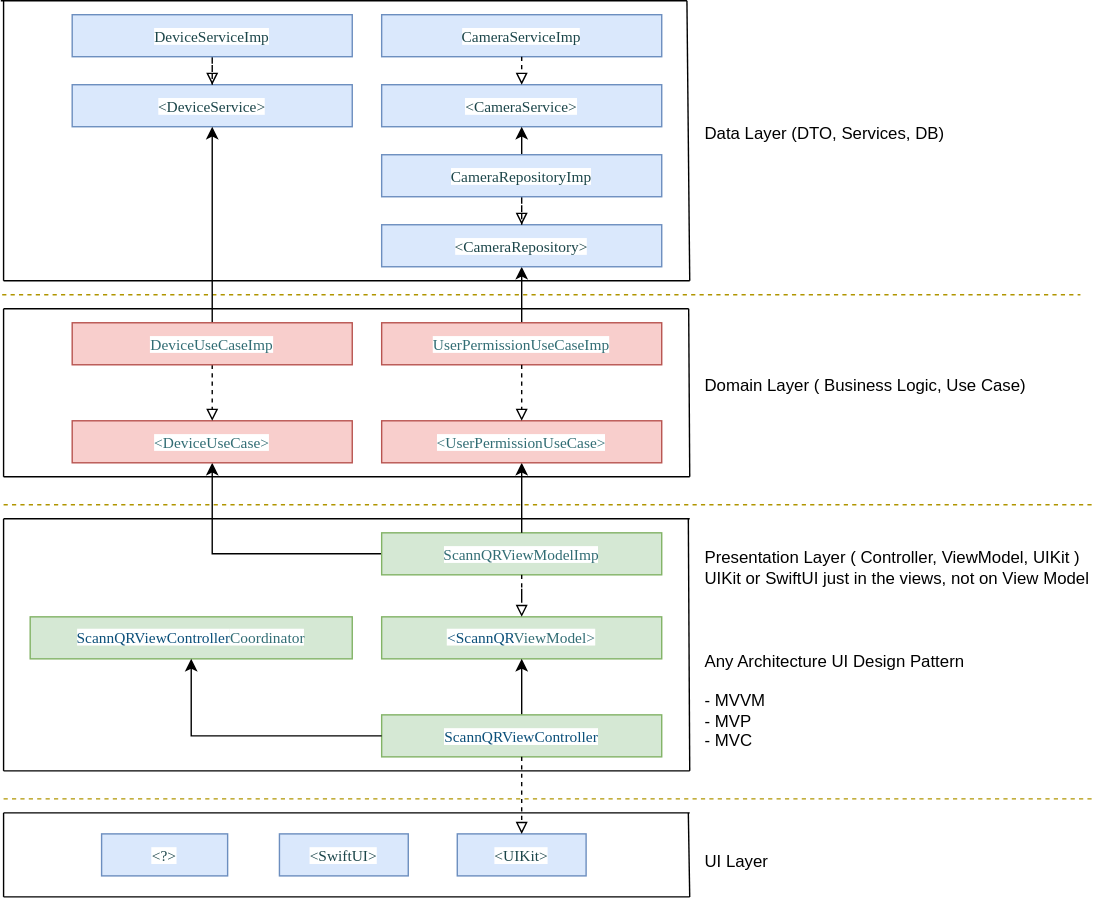
Before: README_files/clean_architecture.svg, a diagram exported from draw.io (gmoral/qr). Source tidied: cells renumbered, new cells last; positions are measured from the earlier drawing's top-left corner, leaving out a move shared by most shapes.
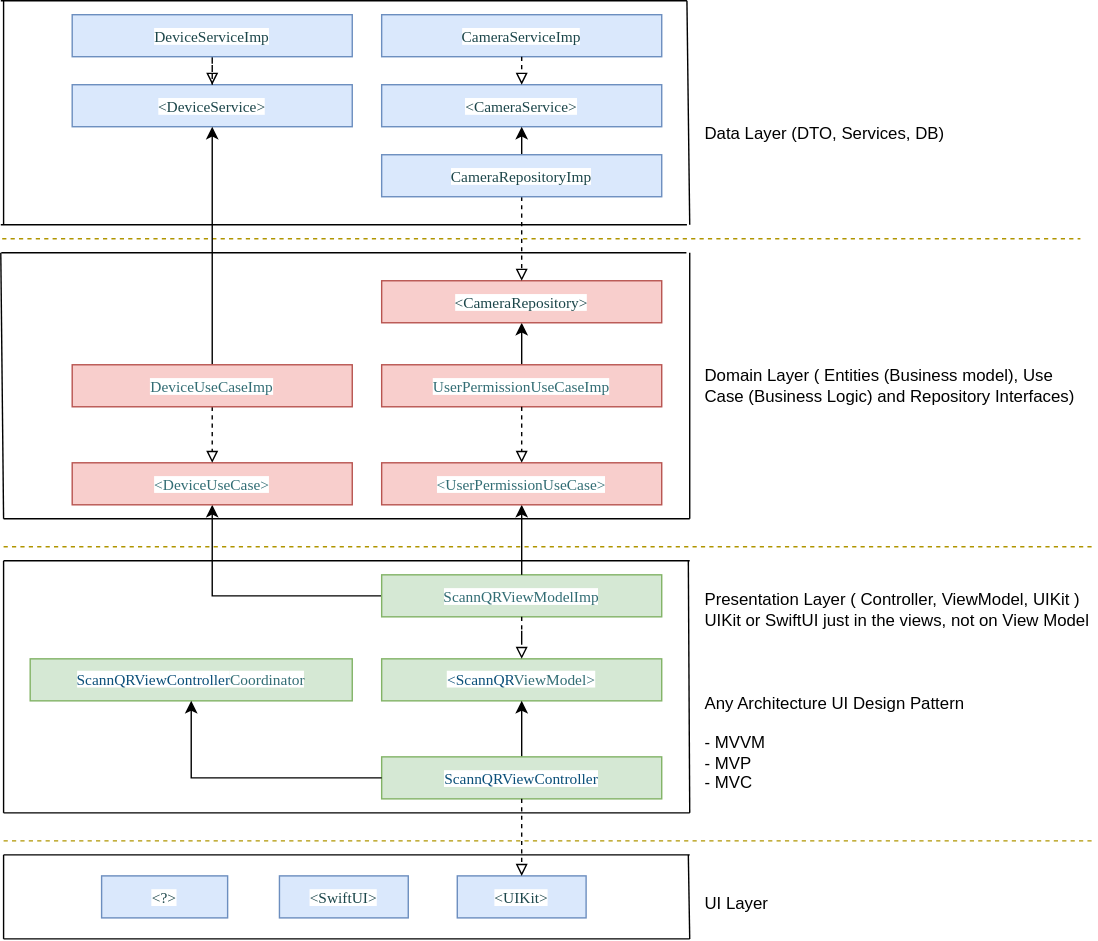
The same file after the commit.

Change to the diagram source:
```diff
@@ -3,10 +3,10 @@
     <mxCell id="0" />
     <mxCell id="1" parent="0" />
     <mxCell id="2" value="Data Layer (DTO, Services, DB)" style="text;html=1;strokeColor=none;fillColor=none;align=left;verticalAlign=middle;whiteSpace=wrap;rounded=0;" parent="1" vertex="1">
-      <mxGeometry x="501" y="80" width="240" height="30" as="geometry" />
+      <mxGeometry x="501" y="50" width="240" height="30" as="geometry" />
     </mxCell>
-    <mxCell id="3" value="Domain Layer ( Business Logic, Use Case)" style="text;html=1;strokeColor=none;fillColor=none;align=left;verticalAlign=middle;whiteSpace=wrap;rounded=0;" parent="1" vertex="1">
-      <mxGeometry x="501" y="260" width="270" height="30" as="geometry" />
+    <mxCell id="3" value="Domain Layer ( Entities (Business model), Use Case (Business Logic) and Repository Interfaces)" style="text;html=1;strokeColor=none;fillColor=none;align=left;verticalAlign=middle;whiteSpace=wrap;rounded=0;" parent="1" vertex="1">
+      <mxGeometry x="501" y="230" width="270" height="30" as="geometry" />
     </mxCell>
     <mxCell id="4" value="Presentation Layer ( Controller, ViewModel, UIKit )&lt;br&gt;UIKit or SwiftUI just in the views, not on View Model" style="text;html=1;strokeColor=none;fillColor=none;align=left;verticalAlign=middle;whiteSpace=wrap;rounded=0;" parent="1" vertex="1">
       <mxGeometry x="501" y="390" width="281" height="30" as="geometry" />
@@ -16,8 +16,8 @@
     </mxCell>
     <mxCell id="6" style="endArrow=none;dashed=1;html=1;rounded=0;fillColor=#e3c800;strokeColor=#B09500;" parent="1" edge="1">
       <mxGeometry relative="1" as="geometry">
-        <mxPoint x="1" y="210" as="sourcePoint" />
-        <mxPoint x="771" y="210" as="targetPoint" />
+        <mxPoint x="1" y="140" as="sourcePoint" />
+        <mxPoint x="771" y="140" as="targetPoint" />
       </mxGeometry>
     </mxCell>
     <mxCell id="7" style="endArrow=none;dashed=1;html=1;rounded=0;fillColor=#e3c800;strokeColor=#B09500;" parent="1" edge="1">
@@ -109,33 +109,33 @@
     </mxCell>
     <mxCell id="26" style="endArrow=none;html=1;rounded=0;" parent="1" edge="1">
       <mxGeometry relative="1" as="geometry">
-        <mxPoint as="sourcePoint" />
-        <mxPoint x="490" as="targetPoint" />
+        <mxPoint y="-30" as="sourcePoint" />
+        <mxPoint x="490" y="-30" as="targetPoint" />
       </mxGeometry>
     </mxCell>
     <mxCell id="27" style="endArrow=none;html=1;rounded=0;" parent="1" edge="1">
       <mxGeometry relative="1" as="geometry">
-        <mxPoint x="2" y="200" as="sourcePoint" />
-        <mxPoint x="492" y="200" as="targetPoint" />
+        <mxPoint y="130" as="sourcePoint" />
+        <mxPoint x="490" y="130" as="targetPoint" />
       </mxGeometry>
     </mxCell>
     <mxCell id="28" style="endArrow=none;html=1;rounded=0;" parent="1" edge="1">
       <mxGeometry relative="1" as="geometry">
-        <mxPoint x="2" as="sourcePoint" />
-        <mxPoint x="2" y="200" as="targetPoint" />
+        <mxPoint x="2" y="-30" as="sourcePoint" />
+        <mxPoint x="2" y="130" as="targetPoint" />
       </mxGeometry>
     </mxCell>
     <mxCell id="29" style="endArrow=none;html=1;rounded=0;" parent="1" edge="1">
       <mxGeometry relative="1" as="geometry">
-        <mxPoint x="490" as="sourcePoint" />
-        <mxPoint x="492" y="200" as="targetPoint" />
+        <mxPoint x="490" y="-30" as="sourcePoint" />
+        <mxPoint x="492" y="130" as="targetPoint" />
       </mxGeometry>
     </mxCell>
     <mxCell id="30" value="&lt;p style=&quot;margin: 0px; font-variant-numeric: normal; font-variant-east-asian: normal; font-variant-alternates: normal; font-kerning: auto; font-optical-sizing: auto; font-feature-settings: normal; font-variation-settings: normal; font-stretch: normal; font-size: 11px; line-height: normal; font-family: Menlo; color: rgb(28, 70, 74); background-color: rgb(255, 255, 255); text-align: start;&quot; class=&quot;p1&quot;&gt;&amp;lt;CameraService&amp;gt;&lt;/p&gt;" style="rounded=0;whiteSpace=wrap;html=1;fillColor=#dae8fc;strokeColor=#6c8ebf;" parent="1" vertex="1">
-      <mxGeometry x="272" y="60" width="200" height="30" as="geometry" />
+      <mxGeometry x="272" y="30" width="200" height="30" as="geometry" />
     </mxCell>
     <mxCell id="31" value="&lt;p style=&quot;margin: 0px; font-variant-numeric: normal; font-variant-east-asian: normal; font-variant-alternates: normal; font-kerning: auto; font-optical-sizing: auto; font-feature-settings: normal; font-variation-settings: normal; font-stretch: normal; font-size: 11px; line-height: normal; font-family: Menlo; color: rgb(28, 70, 74); background-color: rgb(255, 255, 255); text-align: start;&quot; class=&quot;p1&quot;&gt;CameraServiceImp&lt;/p&gt;" style="rounded=0;whiteSpace=wrap;html=1;fillColor=#dae8fc;strokeColor=#6c8ebf;" parent="1" vertex="1">
-      <mxGeometry x="272" y="10" width="200" height="30" as="geometry" />
+      <mxGeometry x="272" y="-20" width="200" height="30" as="geometry" />
     </mxCell>
     <mxCell id="32" style="endArrow=block;html=1;rounded=0;exitX=0.5;exitY=1;exitDx=0;exitDy=0;entryX=0.5;entryY=0;entryDx=0;entryDy=0;dashed=1;endFill=0;" parent="1" edge="1" source="31" target="30">
       <mxGeometry relative="1" as="geometry" />
@@ -159,21 +159,21 @@
       <mxGeometry x="51" y="300" width="200" height="30" as="geometry" />
     </mxCell>
     <mxCell id="39" value="&lt;p style=&quot;margin: 0px; font-variant-numeric: normal; font-variant-east-asian: normal; font-variant-alternates: normal; font-kerning: auto; font-optical-sizing: auto; font-feature-settings: normal; font-variation-settings: normal; font-stretch: normal; font-size: 11px; line-height: normal; font-family: Menlo; color: rgb(28, 70, 74); background-color: rgb(255, 255, 255); text-align: start;&quot; class=&quot;p1&quot;&gt;&amp;lt;DeviceService&amp;gt;&lt;/p&gt;" style="rounded=0;whiteSpace=wrap;html=1;fillColor=#dae8fc;strokeColor=#6c8ebf;" parent="1" vertex="1">
-      <mxGeometry x="51" y="60" width="200" height="30" as="geometry" />
+      <mxGeometry x="51" y="30" width="200" height="30" as="geometry" />
     </mxCell>
     <mxCell id="40" style="edgeStyle=orthogonalEdgeStyle;rounded=0;jettySize=auto;html=1;dashed=1;fontSize=12;endArrow=block;endFill=0;" parent="1" edge="1" source="41" target="39">
       <mxGeometry relative="1" as="geometry" />
     </mxCell>
     <mxCell id="41" value="&lt;p style=&quot;margin: 0px; font-variant-numeric: normal; font-variant-east-asian: normal; font-variant-alternates: normal; font-kerning: auto; font-optical-sizing: auto; font-feature-settings: normal; font-variation-settings: normal; font-stretch: normal; font-size: 11px; line-height: normal; font-family: Menlo; color: rgb(28, 70, 74); background-color: rgb(255, 255, 255); text-align: start;&quot; class=&quot;p1&quot;&gt;DeviceServiceImp&lt;/p&gt;" style="rounded=0;whiteSpace=wrap;html=1;fillColor=#dae8fc;strokeColor=#6c8ebf;" parent="1" vertex="1">
-      <mxGeometry x="51" y="10" width="200" height="30" as="geometry" />
+      <mxGeometry x="51" y="-20" width="200" height="30" as="geometry" />
     </mxCell>
     <mxCell id="42" style="edgeStyle=orthogonalEdgeStyle;rounded=0;jettySize=auto;html=1;fontSize=12;entryX=0.5;entryY=1;entryDx=0;entryDy=0;" parent="1" edge="1" source="52" target="39">
       <mxGeometry relative="1" as="geometry" />
     </mxCell>
     <mxCell id="43" style="endArrow=none;html=1;rounded=0;" parent="1" edge="1">
       <mxGeometry relative="1" as="geometry">
-        <mxPoint x="2" y="220" as="sourcePoint" />
-        <mxPoint x="491.3" y="220" as="targetPoint" />
+        <mxPoint x="0.4" y="150" as="sourcePoint" />
+        <mxPoint x="489.6" y="150" as="targetPoint" />
       </mxGeometry>
     </mxCell>
     <mxCell id="44" style="endArrow=none;html=1;rounded=0;" parent="1" edge="1">
@@ -184,13 +184,13 @@
     </mxCell>
     <mxCell id="45" style="endArrow=none;html=1;rounded=0;" parent="1" edge="1">
       <mxGeometry relative="1" as="geometry">
-        <mxPoint x="2" y="220" as="sourcePoint" />
+        <mxPoint y="150" as="sourcePoint" />
         <mxPoint x="2" y="340" as="targetPoint" />
       </mxGeometry>
     </mxCell>
     <mxCell id="46" style="endArrow=none;html=1;rounded=0;" parent="1" edge="1">
       <mxGeometry relative="1" as="geometry">
-        <mxPoint x="491.3" y="220" as="sourcePoint" />
+        <mxPoint x="492" y="150" as="sourcePoint" />
         <mxPoint x="492" y="340" as="targetPoint" />
       </mxGeometry>
     </mxCell>
@@ -212,8 +212,8 @@
     <mxCell id="52" value="&lt;p style=&quot;margin: 0px; font-variant-numeric: normal; font-variant-east-asian: normal; font-variant-alternates: normal; font-kerning: auto; font-optical-sizing: auto; font-feature-settings: normal; font-variation-settings: normal; font-stretch: normal; font-size: 11px; line-height: normal; font-family: Menlo; color: rgb(28, 70, 74); background-color: rgb(255, 255, 255); text-align: start;&quot; class=&quot;p1&quot;&gt;&lt;span style=&quot;color: rgb(50, 109, 116);&quot;&gt;DeviceUseCaseImp&lt;/span&gt;&lt;br&gt;&lt;/p&gt;" style="rounded=0;whiteSpace=wrap;html=1;fillColor=#f8cecc;strokeColor=#b85450;" parent="1" vertex="1">
       <mxGeometry x="51" y="230" width="200" height="30" as="geometry" />
     </mxCell>
-    <mxCell id="53" value="&lt;p style=&quot;margin: 0px; font-variant-numeric: normal; font-variant-east-asian: normal; font-variant-alternates: normal; font-kerning: auto; font-optical-sizing: auto; font-feature-settings: normal; font-variation-settings: normal; font-stretch: normal; font-size: 11px; line-height: normal; font-family: Menlo; color: rgb(28, 70, 74); background-color: rgb(255, 255, 255); text-align: start;&quot; class=&quot;p1&quot;&gt;&amp;lt;CameraRepository&amp;gt;&lt;/p&gt;" style="rounded=0;whiteSpace=wrap;html=1;fillColor=#dae8fc;strokeColor=#6c8ebf;" parent="1" vertex="1">
-      <mxGeometry x="272" y="160" width="200" height="30" as="geometry" />
+    <mxCell id="53" value="&lt;p style=&quot;margin: 0px; font-variant-numeric: normal; font-variant-east-asian: normal; font-variant-alternates: normal; font-kerning: auto; font-optical-sizing: auto; font-feature-settings: normal; font-variation-settings: normal; font-stretch: normal; font-size: 11px; line-height: normal; font-family: Menlo; color: rgb(28, 70, 74); background-color: rgb(255, 255, 255); text-align: start;&quot; class=&quot;p1&quot;&gt;&amp;lt;CameraRepository&amp;gt;&lt;/p&gt;" style="rounded=0;whiteSpace=wrap;html=1;fillColor=#f8cecc;strokeColor=#b85450;" parent="1" vertex="1">
+      <mxGeometry x="272" y="170" width="200" height="30" as="geometry" />
     </mxCell>
     <mxCell id="54" style="edgeStyle=orthogonalEdgeStyle;rounded=0;jettySize=auto;html=1;dashed=1;endArrow=block;endFill=0;" parent="1" edge="1" source="56" target="53">
       <mxGeometry relative="1" as="geometry" />
@@ -222,7 +222,7 @@
       <mxGeometry relative="1" as="geometry" />
     </mxCell>
     <mxCell id="56" value="&lt;p style=&quot;margin: 0px; font-variant-numeric: normal; font-variant-east-asian: normal; font-variant-alternates: normal; font-kerning: auto; font-optical-sizing: auto; font-feature-settings: normal; font-variation-settings: normal; font-stretch: normal; font-size: 11px; line-height: normal; font-family: Menlo; color: rgb(28, 70, 74); background-color: rgb(255, 255, 255); text-align: start;&quot; class=&quot;p1&quot;&gt;CameraRepositoryImp&lt;/p&gt;" style="rounded=0;whiteSpace=wrap;html=1;fillColor=#dae8fc;strokeColor=#6c8ebf;" parent="1" vertex="1">
-      <mxGeometry x="272" y="110" width="200" height="30" as="geometry" />
+      <mxGeometry x="272" y="80" width="200" height="30" as="geometry" />
     </mxCell>
   </root>
 </mxGraphModel>
```
